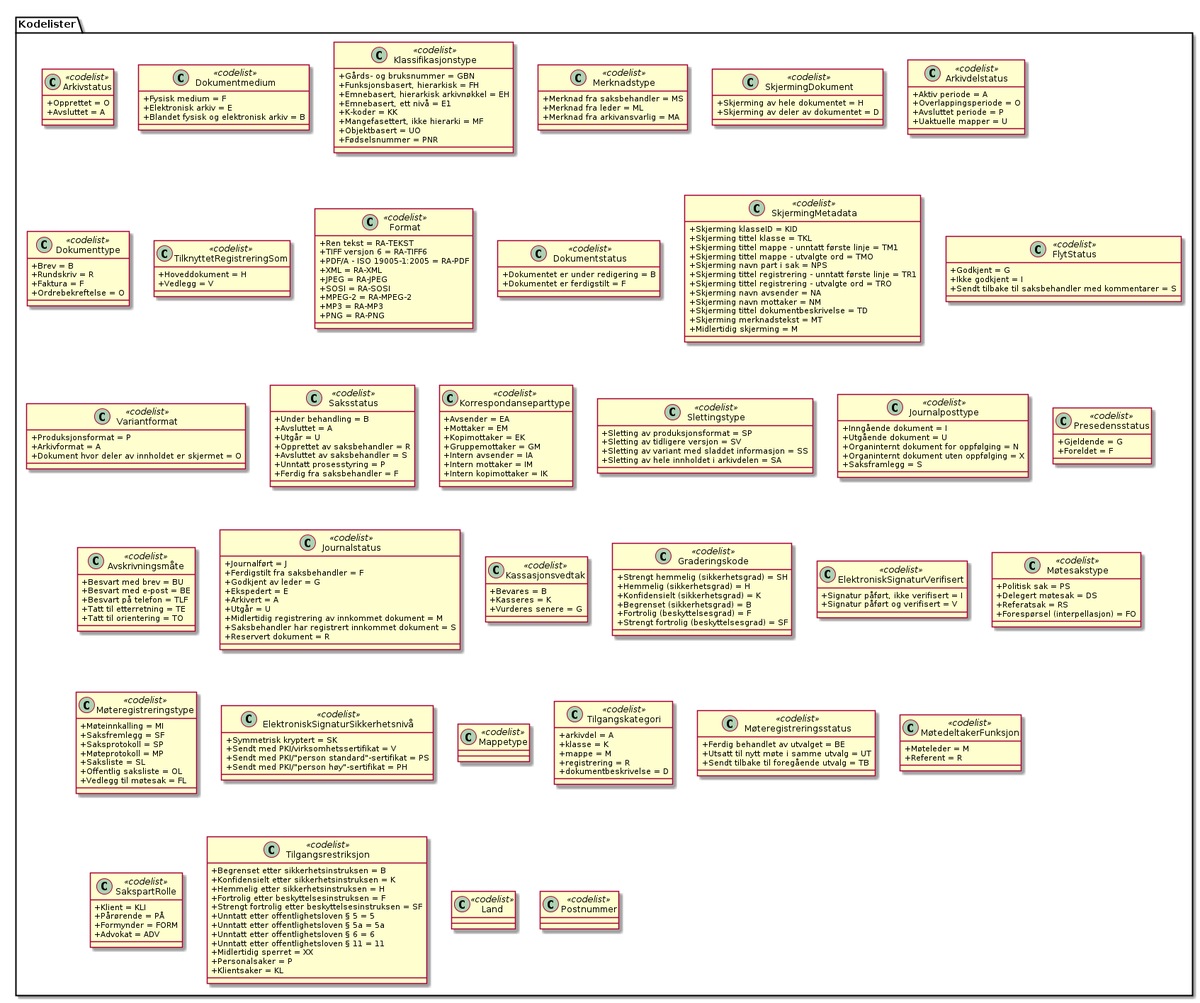
arkivverket/noark5-tjenestegrensesnitt-standard keeps this PlantUML diagram as kapitler/media/uml-kodelister-entiter.png. Above is the earlier version. Source of this version:
```plantuml
@startuml
skinparam classAttributeIconSize 0

class Kodelister.Arkivstatus <<codelist>> {
  +Opprettet = O
  +Avsluttet = A
}
class Kodelister.Dokumentmedium <<codelist>> {
  +Fysisk medium = F
  +Elektronisk arkiv = E
  +Blandet fysisk og elektronisk arkiv = B
}
class Kodelister.Klassifikasjonstype <<codelist>> {
  +Gårds- og bruksnummer = GBN
  +Funksjonsbasert, hierarkisk = FH
  +Emnebasert, hierarkisk arkivnøkkel = EH
  +Emnebasert, ett nivå = E1
  +K-koder = KK
  +Mangefasettert, ikke hierarki = MF
  +Objektbasert = UO
  +Fødselsnummer = PNR
}
class Kodelister.Merknadstype <<codelist>> {
  +Merknad fra saksbehandler = MS
  +Merknad fra leder = ML
  +Merknad fra arkivansvarlig = MA
}
class Kodelister.SkjermingDokument <<codelist>> {
  +Skjerming av hele dokumentet = H
  +Skjerming av deler av dokumentet = D
}
class Kodelister.Arkivdelstatus <<codelist>> {
  +Aktiv periode = A
  +Overlappingsperiode = O
  +Avsluttet periode = P
  +Uaktuelle mapper = U
}
class Kodelister.Dokumenttype <<codelist>> {
  +Brev = B
  +Rundskriv = R
  +Faktura = F
  +Ordrebekreftelse = O
}
class Kodelister.TilknyttetRegistreringSom <<codelist>> {
  +Hoveddokument = H
  +Vedlegg = V
}
class Kodelister.Format <<codelist>> {
  +Ren tekst = RA-TEKST
  +TIFF versjon 6 = RA-TIFF6
  +PDF/A - ISO 19005-1:2005 = RA-PDF
  +XML = RA-XML
  +JPEG = RA-JPEG
  +SOSI = RA-SOSI
  +MPEG-2 = RA-MPEG-2
  +MP3 = RA-MP3
  +PNG = RA-PNG
}
class Kodelister.Dokumentstatus <<codelist>> {
  +Dokumentet er under redigering = B
  +Dokumentet er ferdigstilt = F
}
class Kodelister.SkjermingMetadata <<codelist>> {
  +Skjerming klasseID = KID
  +Skjerming tittel klasse = TKL
  +Skjerming tittel mappe - unntatt første linje = TM1
  +Skjerming tittel mappe - utvalgte ord = TMO
  +Skjerming navn part i sak = NPS
  +Skjerming tittel registrering - unntatt første linje = TR1
  +Skjerming tittel registrering - utvalgte ord = TRO
  +Skjerming navn avsender = NA
  +Skjerming navn mottaker = NM
  +Skjerming tittel dokumentbeskrivelse = TD
  +Skjerming merknadstekst = MT
  +Midlertidig skjerming = M
}
class Kodelister.FlytStatus <<codelist>> {
  +Godkjent = G
  +Ikke godkjent = I
  +Sendt tilbake til saksbehandler med kommentarer = S
}
class Kodelister.Variantformat <<codelist>> {
  +Produksjonsformat = P
  +Arkivformat = A
  +Dokument hvor deler av innholdet er skjermet = O
}
class Kodelister.Saksstatus <<codelist>> {
  +Under behandling = B
  +Avsluttet = A
  +Utgår = U
  +Opprettet av saksbehandler = R
  +Avsluttet av saksbehandler = S
  +Unntatt prosesstyring = P
  +Ferdig fra saksbehandler = F
}
class Kodelister.Korrespondanseparttype <<codelist>> {
  +Avsender = EA
  +Mottaker = EM
  +Kopimottaker = EK
  +Gruppemottaker = GM
  +Intern avsender = IA
  +Intern mottaker = IM
  +Intern kopimottaker = IK
}
class Kodelister.Slettingstype <<codelist>> {
  +Sletting av produksjonsformat = SP
  +Sletting av tidligere versjon = SV
  +Sletting av variant med sladdet informasjon = SS
  +Sletting av hele innholdet i arkivdelen = SA
}
class Kodelister.Journalposttype <<codelist>> {
  +Inngående dokument = I
  +Utgående dokument = U
  +Organinternt dokument for oppfølging = N
  +Organinternt dokument uten oppfølging = X
  +Saksframlegg = S
}
class Kodelister.Presedensstatus <<codelist>> {
  +Gjeldende = G
  +Foreldet = F
}
class Kodelister.Avskrivningsmåte <<codelist>> {
  +Besvart med brev = BU
  +Besvart med e-post = BE
  +Besvart på telefon = TLF
  +Tatt til etterretning = TE
  +Tatt til orientering = TO
}
class Kodelister.Journalstatus <<codelist>> {
  +Journalført = J
  +Ferdigstilt fra saksbehandler = F
  +Godkjent av leder = G
  +Ekspedert = E
  +Arkivert = A
  +Utgår = U
  +Midlertidig registrering av innkommet dokument = M
  +Saksbehandler har registrert innkommet dokument = S
  +Reservert dokument = R
}
class Kodelister.Kassasjonsvedtak <<codelist>> {
  +Bevares = B
  +Kasseres = K
  +Vurderes senere = G
}
class Kodelister.Graderingskode <<codelist>> {
  {field} +Strengt hemmelig (sikkerhetsgrad) = SH
  {field} +Hemmelig (sikkerhetsgrad) = H
  {field} +Konfidensielt (sikkerhetsgrad) = K
  {field} +Begrenset (sikkerhetsgrad) = B
  {field} +Fortrolig (beskyttelsesgrad) = F
  {field} +Strengt fortrolig (beskyttelsesgrad) = SF
}
class Kodelister.ElektroniskSignaturVerifisert <<codelist>> {
  +Signatur påført, ikke verifisert = I
  +Signatur påført og verifisert = V
}

class Kodelister.Møtesakstype <<codelist>> {
  +Politisk sak = PS
  +Delegert møtesak = DS
  +Referatsak = RS
  {field} +Forespørsel (interpellasjon) = FO
}

class Kodelister.Møteregistreringstype <<codelist>> {
  +Møteinnkalling = MI
  +Saksfremlegg = SF
  +Saksprotokoll = SP
  +Møteprotokoll = MP
  +Saksliste = SL
  +Offentlig saksliste = OL
  +Vedlegg til møtesak = FL
}

class Kodelister.ElektroniskSignaturSikkerhetsnivå <<codelist>> {
  +Symmetrisk kryptert = SK
  +Sendt med PKI/virksomhetssertifikat = V
  +Sendt med PKI/"person standard"-sertifikat = PS
  +Sendt med PKI/"person høy"-sertifikat = PH
}

class Kodelister.Mappetype <<codelist>> {
}
class Kodelister.Tilgangskategori <<codelist>> {
  +arkivdel = A
  +klasse = K
  +mappe = M
  +registrering = R
  +dokumentbeskrivelse = D
}

class Kodelister.Møteregistreringsstatus <<codelist>> {
  +Ferdig behandlet av utvalget = BE
  +Utsatt til nytt møte i samme utvalg = UT
  +Sendt tilbake til foregående utvalg = TB
}

class Kodelister.MøtedeltakerFunksjon <<codelist>> {
  +Møteleder = M
  +Referent = R
}

class Kodelister.SakspartRolle <<codelist>> {
  +Klient = KLI
  +Pårørende = PÅ
  +Formynder = FORM
  +Advokat = ADV
}
class Kodelister.Tilgangsrestriksjon <<codelist>> {
  +Begrenset etter sikkerhetsinstruksen = B
  +Konfidensielt etter sikkerhetsinstruksen = K
  +Hemmelig etter sikkerhetsinstruksen = H
  +Fortrolig etter beskyttelsesinstruksen = F
  +Strengt fortrolig etter beskyttelsesinstruksen = SF
  +Unntatt etter offentlighetsloven § 5 = 5
  +Unntatt etter offentlighetsloven § 5a = 5a
  +Unntatt etter offentlighetsloven § 6 = 6
  +Unntatt etter offentlighetsloven § 11 = 11
  +Midlertidig sperret = XX
  +Personalsaker = P
  +Klientsaker = KL
}
class Kodelister.Land <<codelist>> {
}
class Kodelister.Postnummer <<codelist>> {
}
@enduml
```
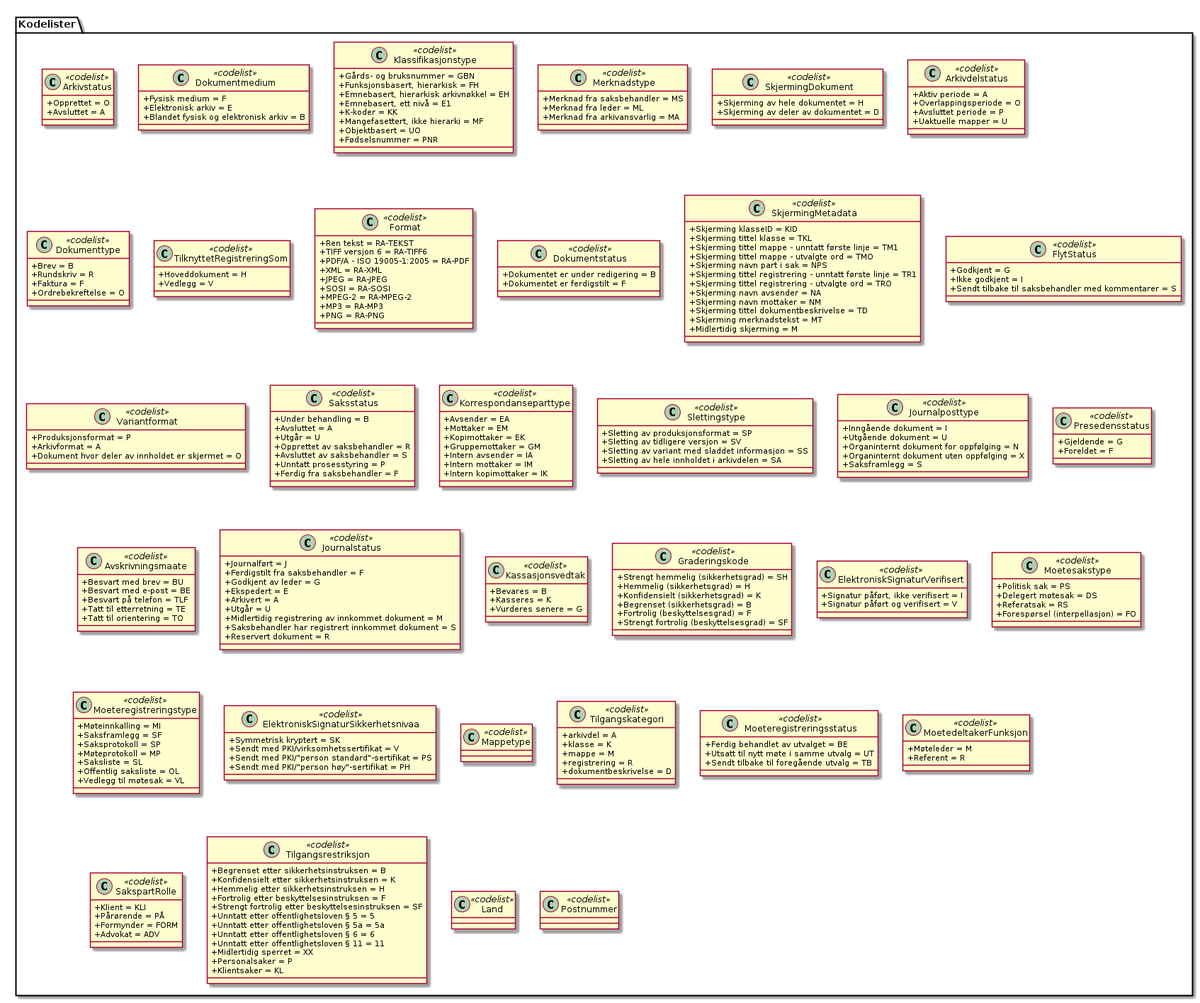
The same file after the commit.

What changed in the source:
```diff
@@ -119,7 +119,7 @@
   +Gjeldende = G
   +Foreldet = F
 }
-class Kodelister.Avskrivningsmåte <<codelist>> {
+class Kodelister.Avskrivningsmaate <<codelist>> {
   +Besvart med brev = BU
   +Besvart med e-post = BE
   +Besvart på telefon = TLF
@@ -154,31 +154,27 @@
   +Signatur påført, ikke verifisert = I
   +Signatur påført og verifisert = V
 }
-
-class Kodelister.Møtesakstype <<codelist>> {
+class Kodelister.Moetesakstype <<codelist>> {
   +Politisk sak = PS
   +Delegert møtesak = DS
   +Referatsak = RS
   {field} +Forespørsel (interpellasjon) = FO
 }
-
-class Kodelister.Møteregistreringstype <<codelist>> {
+class Kodelister.Moeteregistreringstype <<codelist>> {
   +Møteinnkalling = MI
-  +Saksfremlegg = SF
+  +Saksframlegg = SF
   +Saksprotokoll = SP
   +Møteprotokoll = MP
   +Saksliste = SL
   +Offentlig saksliste = OL
-  +Vedlegg til møtesak = FL
+  +Vedlegg til møtesak = VL
 }
-
-class Kodelister.ElektroniskSignaturSikkerhetsnivå <<codelist>> {
+class Kodelister.ElektroniskSignaturSikkerhetsnivaa <<codelist>> {
   +Symmetrisk kryptert = SK
   +Sendt med PKI/virksomhetssertifikat = V
   +Sendt med PKI/"person standard"-sertifikat = PS
   +Sendt med PKI/"person høy"-sertifikat = PH
 }
-
 class Kodelister.Mappetype <<codelist>> {
 }
 class Kodelister.Tilgangskategori <<codelist>> {
@@ -188,18 +184,15 @@
   +registrering = R
   +dokumentbeskrivelse = D
 }
-
-class Kodelister.Møteregistreringsstatus <<codelist>> {
+class Kodelister.Moeteregistreringsstatus <<codelist>> {
   +Ferdig behandlet av utvalget = BE
   +Utsatt til nytt møte i samme utvalg = UT
   +Sendt tilbake til foregående utvalg = TB
 }
-
-class Kodelister.MøtedeltakerFunksjon <<codelist>> {
+class Kodelister.MoetedeltakerFunksjon <<codelist>> {
   +Møteleder = M
   +Referent = R
 }
-
 class Kodelister.SakspartRolle <<codelist>> {
   +Klient = KLI
   +Pårørende = PÅ
```
